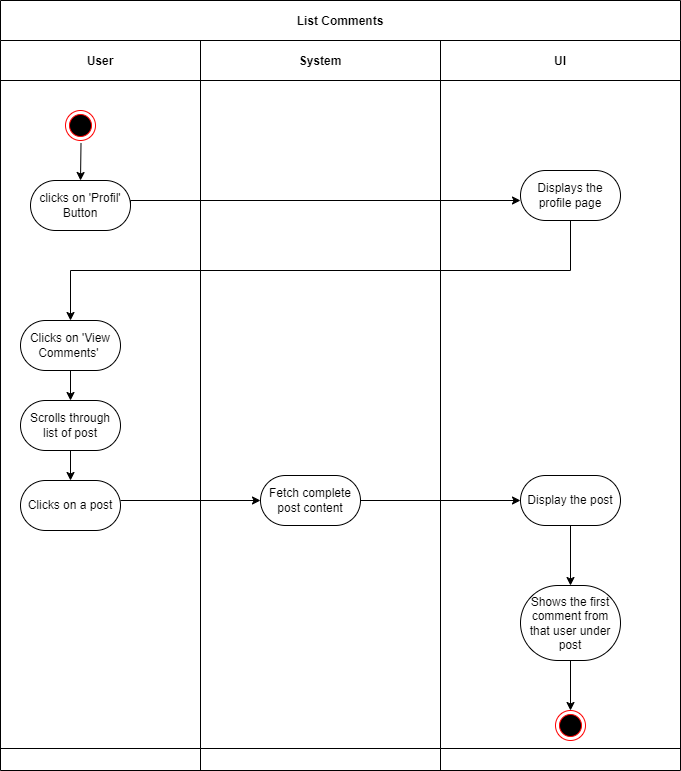
This is docs/UseCaseManageComments/UCListComment.drawio.png from millisom/GluGuide, a draw.io export, as it was before one commit. Source tidied: cells renumbered, new cells last; positions are measured from the earlier drawing's top-left corner, leaving out a move shared by most shapes.
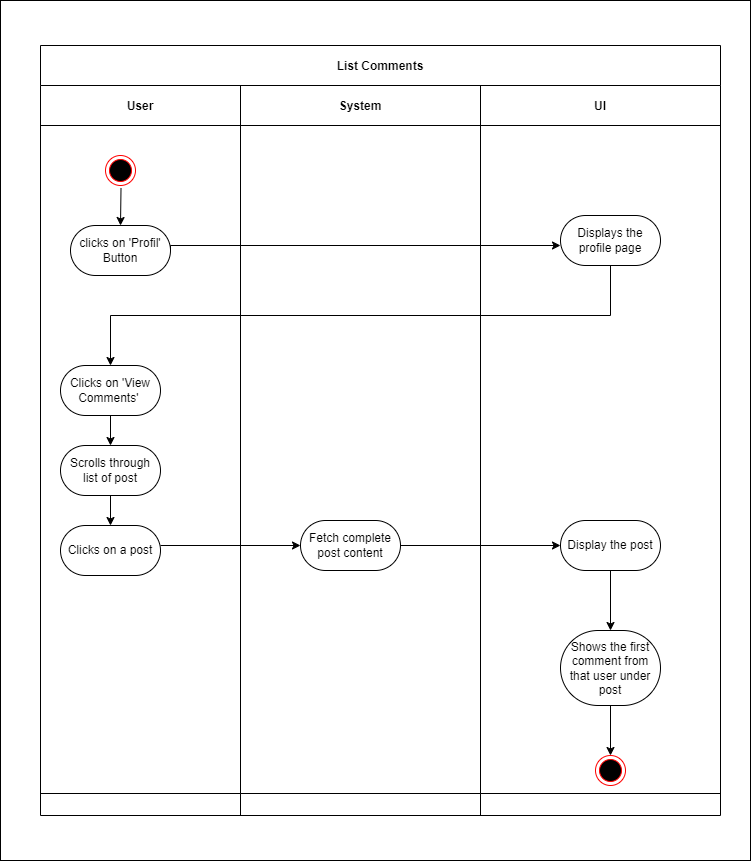
After the commit.

Diff of the diagram source:
```diff
@@ -2,6 +2,9 @@
   <root>
     <mxCell id="0" />
     <mxCell id="1" parent="0" />
+    <mxCell id="30" style="rounded=0;whiteSpace=wrap;html=1;" parent="1" vertex="1">
+      <mxGeometry x="-40" y="-45" width="750" height="860" as="geometry" />
+    </mxCell>
     <mxCell id="2" value="List Comments" style="shape=table;startSize=40;fillColor=none;fontStyle=1;" parent="1" vertex="1">
       <mxGeometry width="680" height="770" as="geometry" />
     </mxCell>
```
